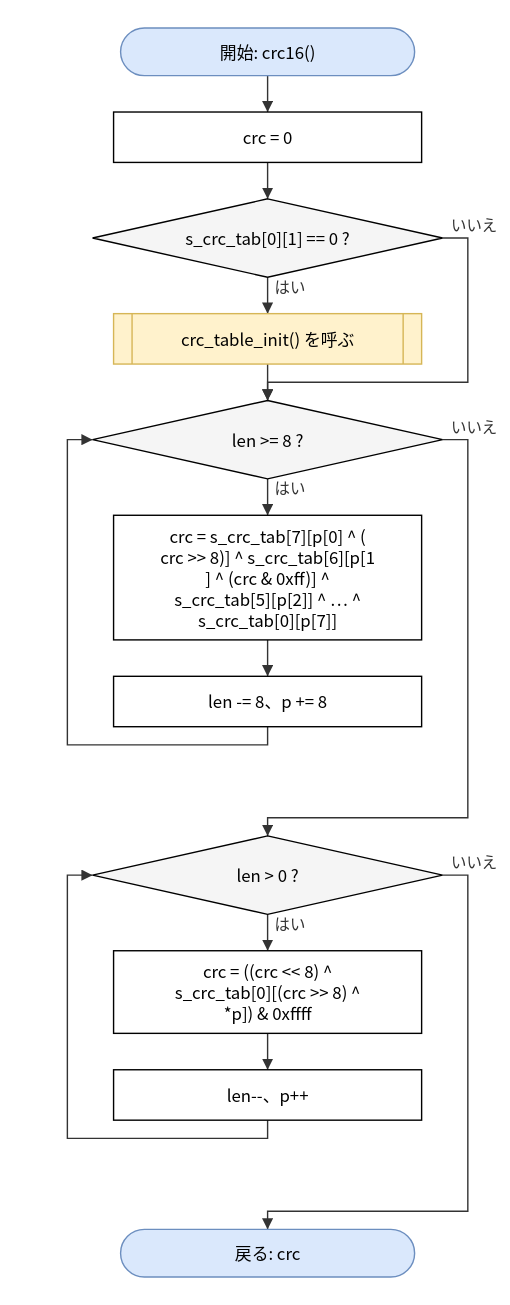
Before: doc/spec/images/flow_src_bfm_dif-crc16.drawio.svg, a diagram exported from draw.io (hf355051012-ai/bfmem). Source tidied: cells renumbered, new cells last; positions are measured from the earlier drawing's top-left corner, leaving out a move shared by most shapes. The source it was exported from:
```xml
<mxGraphModel>
  <root>
    <mxCell id="0" />
    <mxCell id="1" parent="0" />
    <mxCell id="2" value="開始: crc16()" style="rounded=1;arcSize=50;whiteSpace=wrap;html=1;fillColor=#dae8fc;strokeColor=#6c8ebf;" parent="1" vertex="1">
      <mxGeometry x="38" width="210" height="34" as="geometry" />
    </mxCell>
    <mxCell id="3" value="crc = 0" style="rounded=0;whiteSpace=wrap;html=1;" parent="1" vertex="1">
      <mxGeometry x="33" y="60" width="220" height="36" as="geometry" />
    </mxCell>
    <mxCell id="4" value="s_crc_tab[0][1] == 0 ?" style="rhombus;whiteSpace=wrap;html=1;fillColor=#f5f5f5;" parent="1" vertex="1">
      <mxGeometry x="18" y="122" width="250" height="56" as="geometry" />
    </mxCell>
    <mxCell id="5" value="crc_table_init() を呼ぶ" style="shape=process;whiteSpace=wrap;html=1;backgroundOutline=1;size=0.06;fillColor=#fff2cc;strokeColor=#d6b656;" parent="1" vertex="1">
      <mxGeometry x="33" y="204" width="220" height="36" as="geometry" />
    </mxCell>
    <mxCell id="6" value="len &amp;gt;= 8 ?" style="rhombus;whiteSpace=wrap;html=1;fillColor=#f5f5f5;" parent="1" vertex="1">
      <mxGeometry x="18" y="266" width="250" height="56" as="geometry" />
    </mxCell>
    <mxCell id="7" value="crc = s_crc_tab[7][p[0] ^ (&lt;br&gt;crc &amp;gt;&amp;gt; 8)] ^ s_crc_tab[6][p[1&lt;br&gt;] ^ (crc &amp;amp; 0xff)] ^&lt;br&gt;s_crc_tab[5][p[2]] ^ … ^&lt;br&gt;s_crc_tab[0][p[7]]" style="rounded=0;whiteSpace=wrap;html=1;" parent="1" vertex="1">
      <mxGeometry x="33" y="348" width="220" height="89" as="geometry" />
    </mxCell>
    <mxCell id="8" value="len -= 8、p += 8" style="rounded=0;whiteSpace=wrap;html=1;" parent="1" vertex="1">
      <mxGeometry x="33" y="463" width="220" height="36" as="geometry" />
    </mxCell>
    <mxCell id="9" value="len &amp;gt; 0 ?" style="rhombus;whiteSpace=wrap;html=1;fillColor=#f5f5f5;" parent="1" vertex="1">
      <mxGeometry x="18" y="577" width="250" height="56" as="geometry" />
    </mxCell>
    <mxCell id="10" value="crc = ((crc &amp;lt;&amp;lt; 8) ^&lt;br&gt;s_crc_tab[0][(crc &amp;gt;&amp;gt; 8) ^&lt;br&gt;*p]) &amp;amp; 0xffff" style="rounded=0;whiteSpace=wrap;html=1;" parent="1" vertex="1">
      <mxGeometry x="33" y="659" width="220" height="59" as="geometry" />
    </mxCell>
    <mxCell id="11" value="len--、p++" style="rounded=0;whiteSpace=wrap;html=1;" parent="1" vertex="1">
      <mxGeometry x="33" y="744" width="220" height="36" as="geometry" />
    </mxCell>
    <mxCell id="12" value="戻る: crc" style="rounded=1;arcSize=50;whiteSpace=wrap;html=1;fillColor=#dae8fc;strokeColor=#6c8ebf;" parent="1" vertex="1">
      <mxGeometry x="38" y="858" width="210" height="34" as="geometry" />
    </mxCell>
    <mxCell id="13" style="edgeStyle=none;html=1;rounded=0;endArrow=block;endFill=1;exitX=0.5000;exitY=1.0000;exitDx=0;exitDy=0;exitPerimeter=0;entryX=0.5000;entryY=0.0000;entryDx=0;entryDy=0;entryPerimeter=0;" parent="1" edge="1" source="2" target="3">
      <mxGeometry relative="1" as="geometry" />
    </mxCell>
    <mxCell id="14" style="edgeStyle=none;html=1;rounded=0;endArrow=block;endFill=1;exitX=0.5000;exitY=1.0000;exitDx=0;exitDy=0;exitPerimeter=0;entryX=0.5000;entryY=0.0000;entryDx=0;entryDy=0;entryPerimeter=0;" parent="1" edge="1" source="3" target="4">
      <mxGeometry relative="1" as="geometry" />
    </mxCell>
    <mxCell id="15" value="はい" style="edgeStyle=none;html=1;rounded=0;endArrow=block;endFill=1;exitX=0.5000;exitY=1.0000;exitDx=0;exitDy=0;exitPerimeter=0;entryX=0.5000;entryY=0.0000;entryDx=0;entryDy=0;entryPerimeter=0;" parent="1" edge="1" source="4" target="5">
      <mxGeometry relative="1" as="geometry" />
    </mxCell>
    <mxCell id="16" style="edgeStyle=none;html=1;rounded=0;endArrow=block;endFill=1;exitX=0.5000;exitY=1.0000;exitDx=0;exitDy=0;exitPerimeter=0;entryX=0.5000;entryY=0.0000;entryDx=0;entryDy=0;entryPerimeter=0;" parent="1" edge="1" source="5" target="6">
      <mxGeometry relative="1" as="geometry" />
    </mxCell>
    <mxCell id="17" value="いいえ" style="edgeStyle=none;html=1;rounded=0;endArrow=block;endFill=1;exitX=1.0000;exitY=0.5000;exitDx=0;exitDy=0;exitPerimeter=0;entryX=0.5000;entryY=0.0000;entryDx=0;entryDy=0;entryPerimeter=0;" parent="1" edge="1" source="4" target="6">
      <mxGeometry relative="1" as="geometry">
        <Array as="points">
          <mxPoint x="286" y="150" />
          <mxPoint x="286" y="253" />
          <mxPoint x="143" y="253" />
        </Array>
      </mxGeometry>
    </mxCell>
    <mxCell id="18" value="はい" style="edgeStyle=none;html=1;rounded=0;endArrow=block;endFill=1;exitX=0.5000;exitY=1.0000;exitDx=0;exitDy=0;exitPerimeter=0;entryX=0.5000;entryY=0.0000;entryDx=0;entryDy=0;entryPerimeter=0;" parent="1" edge="1" source="6" target="7">
      <mxGeometry relative="1" as="geometry" />
    </mxCell>
    <mxCell id="19" style="edgeStyle=none;html=1;rounded=0;endArrow=block;endFill=1;exitX=0.5000;exitY=1.0000;exitDx=0;exitDy=0;exitPerimeter=0;entryX=0.5000;entryY=0.0000;entryDx=0;entryDy=0;entryPerimeter=0;" parent="1" edge="1" source="7" target="8">
      <mxGeometry relative="1" as="geometry" />
    </mxCell>
    <mxCell id="20" style="edgeStyle=none;html=1;rounded=0;endArrow=block;endFill=1;exitX=0.5000;exitY=1.0000;exitDx=0;exitDy=0;exitPerimeter=0;entryX=0.0000;entryY=0.5000;entryDx=0;entryDy=0;entryPerimeter=0;" parent="1" edge="1" source="8" target="6">
      <mxGeometry relative="1" as="geometry">
        <Array as="points">
          <mxPoint x="143" y="512" />
          <mxPoint y="512" />
          <mxPoint y="294" />
        </Array>
      </mxGeometry>
    </mxCell>
    <mxCell id="21" value="いいえ" style="edgeStyle=none;html=1;rounded=0;endArrow=block;endFill=1;exitX=1.0000;exitY=0.5000;exitDx=0;exitDy=0;exitPerimeter=0;entryX=0.5000;entryY=0.0000;entryDx=0;entryDy=0;entryPerimeter=0;" parent="1" edge="1" source="6" target="9">
      <mxGeometry relative="1" as="geometry">
        <Array as="points">
          <mxPoint x="286" y="294" />
          <mxPoint x="286" y="564" />
          <mxPoint x="143" y="564" />
        </Array>
      </mxGeometry>
    </mxCell>
    <mxCell id="22" value="はい" style="edgeStyle=none;html=1;rounded=0;endArrow=block;endFill=1;exitX=0.5000;exitY=1.0000;exitDx=0;exitDy=0;exitPerimeter=0;entryX=0.5000;entryY=0.0000;entryDx=0;entryDy=0;entryPerimeter=0;" parent="1" edge="1" source="9" target="10">
      <mxGeometry relative="1" as="geometry" />
    </mxCell>
    <mxCell id="23" style="edgeStyle=none;html=1;rounded=0;endArrow=block;endFill=1;exitX=0.5000;exitY=1.0000;exitDx=0;exitDy=0;exitPerimeter=0;entryX=0.5000;entryY=0.0000;entryDx=0;entryDy=0;entryPerimeter=0;" parent="1" edge="1" source="10" target="11">
      <mxGeometry relative="1" as="geometry" />
    </mxCell>
    <mxCell id="24" style="edgeStyle=none;html=1;rounded=0;endArrow=block;endFill=1;exitX=0.5000;exitY=1.0000;exitDx=0;exitDy=0;exitPerimeter=0;entryX=0.0000;entryY=0.5000;entryDx=0;entryDy=0;entryPerimeter=0;" parent="1" edge="1" source="11" target="9">
      <mxGeometry relative="1" as="geometry">
        <Array as="points">
          <mxPoint x="143" y="793" />
          <mxPoint y="793" />
          <mxPoint y="605" />
        </Array>
      </mxGeometry>
    </mxCell>
    <mxCell id="25" value="いいえ" style="edgeStyle=none;html=1;rounded=0;endArrow=block;endFill=1;exitX=1.0000;exitY=0.5000;exitDx=0;exitDy=0;exitPerimeter=0;entryX=0.5000;entryY=0.0000;entryDx=0;entryDy=0;entryPerimeter=0;" parent="1" edge="1" source="9" target="12">
      <mxGeometry relative="1" as="geometry">
        <Array as="points">
          <mxPoint x="286" y="605" />
          <mxPoint x="286" y="845" />
          <mxPoint x="143" y="845" />
        </Array>
      </mxGeometry>
    </mxCell>
  </root>
</mxGraphModel>
```
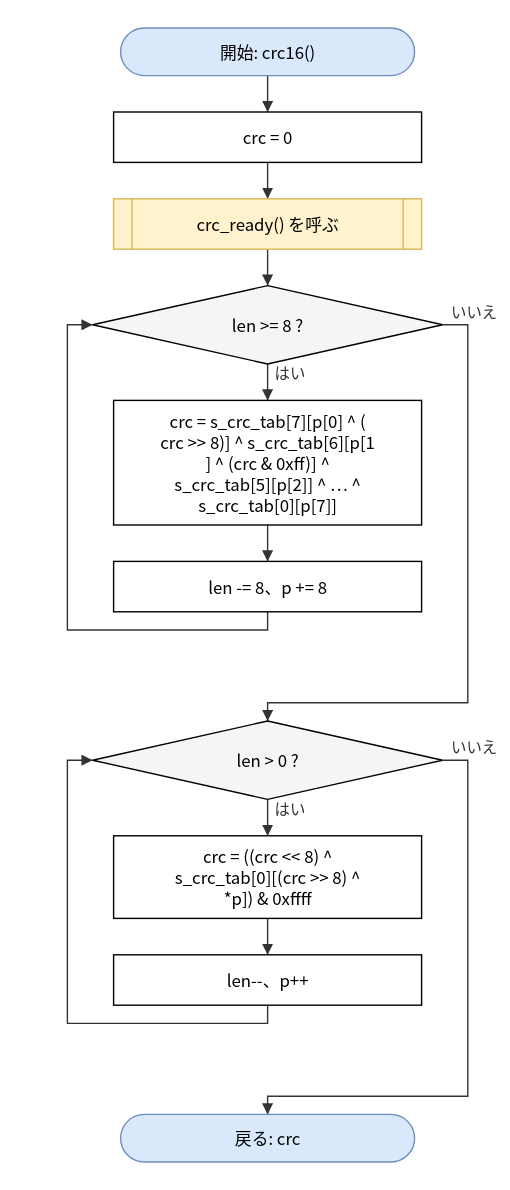
The same diagram one commit later.

The edit, as a diff of the source:
```diff
@@ -8,101 +8,86 @@
     <mxCell id="3" value="crc = 0" style="rounded=0;whiteSpace=wrap;html=1;" parent="1" vertex="1">
       <mxGeometry x="33" y="60" width="220" height="36" as="geometry" />
     </mxCell>
-    <mxCell id="4" value="s_crc_tab[0][1] == 0 ?" style="rhombus;whiteSpace=wrap;html=1;fillColor=#f5f5f5;" parent="1" vertex="1">
-      <mxGeometry x="18" y="122" width="250" height="56" as="geometry" />
+    <mxCell id="4" value="crc_ready() を呼ぶ" style="shape=process;whiteSpace=wrap;html=1;backgroundOutline=1;size=0.06;fillColor=#fff2cc;strokeColor=#d6b656;" parent="1" vertex="1">
+      <mxGeometry x="33" y="122" width="220" height="36" as="geometry" />
     </mxCell>
-    <mxCell id="5" value="crc_table_init() を呼ぶ" style="shape=process;whiteSpace=wrap;html=1;backgroundOutline=1;size=0.06;fillColor=#fff2cc;strokeColor=#d6b656;" parent="1" vertex="1">
-      <mxGeometry x="33" y="204" width="220" height="36" as="geometry" />
+    <mxCell id="5" value="len &amp;gt;= 8 ?" style="rhombus;whiteSpace=wrap;html=1;fillColor=#f5f5f5;" parent="1" vertex="1">
+      <mxGeometry x="18" y="184" width="250" height="56" as="geometry" />
     </mxCell>
-    <mxCell id="6" value="len &amp;gt;= 8 ?" style="rhombus;whiteSpace=wrap;html=1;fillColor=#f5f5f5;" parent="1" vertex="1">
-      <mxGeometry x="18" y="266" width="250" height="56" as="geometry" />
+    <mxCell id="6" value="crc = s_crc_tab[7][p[0] ^ (&lt;br&gt;crc &amp;gt;&amp;gt; 8)] ^ s_crc_tab[6][p[1&lt;br&gt;] ^ (crc &amp;amp; 0xff)] ^&lt;br&gt;s_crc_tab[5][p[2]] ^ … ^&lt;br&gt;s_crc_tab[0][p[7]]" style="rounded=0;whiteSpace=wrap;html=1;" parent="1" vertex="1">
+      <mxGeometry x="33" y="266" width="220" height="89" as="geometry" />
     </mxCell>
-    <mxCell id="7" value="crc = s_crc_tab[7][p[0] ^ (&lt;br&gt;crc &amp;gt;&amp;gt; 8)] ^ s_crc_tab[6][p[1&lt;br&gt;] ^ (crc &amp;amp; 0xff)] ^&lt;br&gt;s_crc_tab[5][p[2]] ^ … ^&lt;br&gt;s_crc_tab[0][p[7]]" style="rounded=0;whiteSpace=wrap;html=1;" parent="1" vertex="1">
-      <mxGeometry x="33" y="348" width="220" height="89" as="geometry" />
+    <mxCell id="7" value="len -= 8、p += 8" style="rounded=0;whiteSpace=wrap;html=1;" parent="1" vertex="1">
+      <mxGeometry x="33" y="381" width="220" height="36" as="geometry" />
     </mxCell>
-    <mxCell id="8" value="len -= 8、p += 8" style="rounded=0;whiteSpace=wrap;html=1;" parent="1" vertex="1">
-      <mxGeometry x="33" y="463" width="220" height="36" as="geometry" />
+    <mxCell id="8" value="len &amp;gt; 0 ?" style="rhombus;whiteSpace=wrap;html=1;fillColor=#f5f5f5;" parent="1" vertex="1">
+      <mxGeometry x="18" y="495" width="250" height="56" as="geometry" />
     </mxCell>
-    <mxCell id="9" value="len &amp;gt; 0 ?" style="rhombus;whiteSpace=wrap;html=1;fillColor=#f5f5f5;" parent="1" vertex="1">
-      <mxGeometry x="18" y="577" width="250" height="56" as="geometry" />
+    <mxCell id="9" value="crc = ((crc &amp;lt;&amp;lt; 8) ^&lt;br&gt;s_crc_tab[0][(crc &amp;gt;&amp;gt; 8) ^&lt;br&gt;*p]) &amp;amp; 0xffff" style="rounded=0;whiteSpace=wrap;html=1;" parent="1" vertex="1">
+      <mxGeometry x="33" y="577" width="220" height="59" as="geometry" />
     </mxCell>
-    <mxCell id="10" value="crc = ((crc &amp;lt;&amp;lt; 8) ^&lt;br&gt;s_crc_tab[0][(crc &amp;gt;&amp;gt; 8) ^&lt;br&gt;*p]) &amp;amp; 0xffff" style="rounded=0;whiteSpace=wrap;html=1;" parent="1" vertex="1">
-      <mxGeometry x="33" y="659" width="220" height="59" as="geometry" />
+    <mxCell id="10" value="len--、p++" style="rounded=0;whiteSpace=wrap;html=1;" parent="1" vertex="1">
+      <mxGeometry x="33" y="662" width="220" height="36" as="geometry" />
     </mxCell>
-    <mxCell id="11" value="len--、p++" style="rounded=0;whiteSpace=wrap;html=1;" parent="1" vertex="1">
-      <mxGeometry x="33" y="744" width="220" height="36" as="geometry" />
+    <mxCell id="11" value="戻る: crc" style="rounded=1;arcSize=50;whiteSpace=wrap;html=1;fillColor=#dae8fc;strokeColor=#6c8ebf;" parent="1" vertex="1">
+      <mxGeometry x="38" y="776" width="210" height="34" as="geometry" />
     </mxCell>
-    <mxCell id="12" value="戻る: crc" style="rounded=1;arcSize=50;whiteSpace=wrap;html=1;fillColor=#dae8fc;strokeColor=#6c8ebf;" parent="1" vertex="1">
-      <mxGeometry x="38" y="858" width="210" height="34" as="geometry" />
-    </mxCell>
     <mxCell id="13" style="edgeStyle=none;html=1;rounded=0;endArrow=block;endFill=1;exitX=0.5000;exitY=1.0000;exitDx=0;exitDy=0;exitPerimeter=0;entryX=0.5000;entryY=0.0000;entryDx=0;entryDy=0;entryPerimeter=0;" parent="1" edge="1" source="2" target="3">
       <mxGeometry relative="1" as="geometry" />
     </mxCell>
     <mxCell id="14" style="edgeStyle=none;html=1;rounded=0;endArrow=block;endFill=1;exitX=0.5000;exitY=1.0000;exitDx=0;exitDy=0;exitPerimeter=0;entryX=0.5000;entryY=0.0000;entryDx=0;entryDy=0;entryPerimeter=0;" parent="1" edge="1" source="3" target="4">
       <mxGeometry relative="1" as="geometry" />
     </mxCell>
-    <mxCell id="15" value="はい" style="edgeStyle=none;html=1;rounded=0;endArrow=block;endFill=1;exitX=0.5000;exitY=1.0000;exitDx=0;exitDy=0;exitPerimeter=0;entryX=0.5000;entryY=0.0000;entryDx=0;entryDy=0;entryPerimeter=0;" parent="1" edge="1" source="4" target="5">
+    <mxCell id="15" style="edgeStyle=none;html=1;rounded=0;endArrow=block;endFill=1;exitX=0.5000;exitY=1.0000;exitDx=0;exitDy=0;exitPerimeter=0;entryX=0.5000;entryY=0.0000;entryDx=0;entryDy=0;entryPerimeter=0;" parent="1" edge="1" source="4" target="5">
       <mxGeometry relative="1" as="geometry" />
     </mxCell>
-    <mxCell id="16" style="edgeStyle=none;html=1;rounded=0;endArrow=block;endFill=1;exitX=0.5000;exitY=1.0000;exitDx=0;exitDy=0;exitPerimeter=0;entryX=0.5000;entryY=0.0000;entryDx=0;entryDy=0;entryPerimeter=0;" parent="1" edge="1" source="5" target="6">
+    <mxCell id="16" value="はい" style="edgeStyle=none;html=1;rounded=0;endArrow=block;endFill=1;exitX=0.5000;exitY=1.0000;exitDx=0;exitDy=0;exitPerimeter=0;entryX=0.5000;entryY=0.0000;entryDx=0;entryDy=0;entryPerimeter=0;" parent="1" edge="1" source="5" target="6">
       <mxGeometry relative="1" as="geometry" />
     </mxCell>
-    <mxCell id="17" value="いいえ" style="edgeStyle=none;html=1;rounded=0;endArrow=block;endFill=1;exitX=1.0000;exitY=0.5000;exitDx=0;exitDy=0;exitPerimeter=0;entryX=0.5000;entryY=0.0000;entryDx=0;entryDy=0;entryPerimeter=0;" parent="1" edge="1" source="4" target="6">
-      <mxGeometry relative="1" as="geometry">
-        <Array as="points">
-          <mxPoint x="286" y="150" />
-          <mxPoint x="286" y="253" />
-          <mxPoint x="143" y="253" />
-        </Array>
-      </mxGeometry>
+    <mxCell id="17" style="edgeStyle=none;html=1;rounded=0;endArrow=block;endFill=1;exitX=0.5000;exitY=1.0000;exitDx=0;exitDy=0;exitPerimeter=0;entryX=0.5000;entryY=0.0000;entryDx=0;entryDy=0;entryPerimeter=0;" parent="1" edge="1" source="6" target="7">
+      <mxGeometry relative="1" as="geometry" />
     </mxCell>
-    <mxCell id="18" value="はい" style="edgeStyle=none;html=1;rounded=0;endArrow=block;endFill=1;exitX=0.5000;exitY=1.0000;exitDx=0;exitDy=0;exitPerimeter=0;entryX=0.5000;entryY=0.0000;entryDx=0;entryDy=0;entryPerimeter=0;" parent="1" edge="1" source="6" target="7">
-      <mxGeometry relative="1" as="geometry" />
+    <mxCell id="18" style="edgeStyle=none;html=1;rounded=0;endArrow=block;endFill=1;exitX=0.5000;exitY=1.0000;exitDx=0;exitDy=0;exitPerimeter=0;entryX=0.0000;entryY=0.5000;entryDx=0;entryDy=0;entryPerimeter=0;" parent="1" edge="1" source="7" target="5">
+      <mxGeometry relative="1" as="geometry">
+        <Array as="points">
+          <mxPoint x="143" y="430" />
+          <mxPoint y="430" />
+          <mxPoint y="212" />
+        </Array>
+      </mxGeometry>
     </mxCell>
-    <mxCell id="19" style="edgeStyle=none;html=1;rounded=0;endArrow=block;endFill=1;exitX=0.5000;exitY=1.0000;exitDx=0;exitDy=0;exitPerimeter=0;entryX=0.5000;entryY=0.0000;entryDx=0;entryDy=0;entryPerimeter=0;" parent="1" edge="1" source="7" target="8">
-      <mxGeometry relative="1" as="geometry" />
+    <mxCell id="19" value="いいえ" style="edgeStyle=none;html=1;rounded=0;endArrow=block;endFill=1;exitX=1.0000;exitY=0.5000;exitDx=0;exitDy=0;exitPerimeter=0;entryX=0.5000;entryY=0.0000;entryDx=0;entryDy=0;entryPerimeter=0;" parent="1" edge="1" source="5" target="8">
+      <mxGeometry relative="1" as="geometry">
+        <Array as="points">
+          <mxPoint x="286" y="212" />
+          <mxPoint x="286" y="482" />
+          <mxPoint x="143" y="482" />
+        </Array>
+      </mxGeometry>
     </mxCell>
-    <mxCell id="20" style="edgeStyle=none;html=1;rounded=0;endArrow=block;endFill=1;exitX=0.5000;exitY=1.0000;exitDx=0;exitDy=0;exitPerimeter=0;entryX=0.0000;entryY=0.5000;entryDx=0;entryDy=0;entryPerimeter=0;" parent="1" edge="1" source="8" target="6">
-      <mxGeometry relative="1" as="geometry">
-        <Array as="points">
-          <mxPoint x="143" y="512" />
-          <mxPoint y="512" />
-          <mxPoint y="294" />
-        </Array>
-      </mxGeometry>
+    <mxCell id="20" value="はい" style="edgeStyle=none;html=1;rounded=0;endArrow=block;endFill=1;exitX=0.5000;exitY=1.0000;exitDx=0;exitDy=0;exitPerimeter=0;entryX=0.5000;entryY=0.0000;entryDx=0;entryDy=0;entryPerimeter=0;" parent="1" edge="1" source="8" target="9">
+      <mxGeometry relative="1" as="geometry" />
     </mxCell>
-    <mxCell id="21" value="いいえ" style="edgeStyle=none;html=1;rounded=0;endArrow=block;endFill=1;exitX=1.0000;exitY=0.5000;exitDx=0;exitDy=0;exitPerimeter=0;entryX=0.5000;entryY=0.0000;entryDx=0;entryDy=0;entryPerimeter=0;" parent="1" edge="1" source="6" target="9">
-      <mxGeometry relative="1" as="geometry">
-        <Array as="points">
-          <mxPoint x="286" y="294" />
-          <mxPoint x="286" y="564" />
-          <mxPoint x="143" y="564" />
-        </Array>
-      </mxGeometry>
+    <mxCell id="21" style="edgeStyle=none;html=1;rounded=0;endArrow=block;endFill=1;exitX=0.5000;exitY=1.0000;exitDx=0;exitDy=0;exitPerimeter=0;entryX=0.5000;entryY=0.0000;entryDx=0;entryDy=0;entryPerimeter=0;" parent="1" edge="1" source="9" target="10">
+      <mxGeometry relative="1" as="geometry" />
     </mxCell>
-    <mxCell id="22" value="はい" style="edgeStyle=none;html=1;rounded=0;endArrow=block;endFill=1;exitX=0.5000;exitY=1.0000;exitDx=0;exitDy=0;exitPerimeter=0;entryX=0.5000;entryY=0.0000;entryDx=0;entryDy=0;entryPerimeter=0;" parent="1" edge="1" source="9" target="10">
-      <mxGeometry relative="1" as="geometry" />
+    <mxCell id="22" style="edgeStyle=none;html=1;rounded=0;endArrow=block;endFill=1;exitX=0.5000;exitY=1.0000;exitDx=0;exitDy=0;exitPerimeter=0;entryX=0.0000;entryY=0.5000;entryDx=0;entryDy=0;entryPerimeter=0;" parent="1" edge="1" source="10" target="8">
+      <mxGeometry relative="1" as="geometry">
+        <Array as="points">
+          <mxPoint x="143" y="711" />
+          <mxPoint y="711" />
+          <mxPoint y="523" />
+        </Array>
+      </mxGeometry>
     </mxCell>
-    <mxCell id="23" style="edgeStyle=none;html=1;rounded=0;endArrow=block;endFill=1;exitX=0.5000;exitY=1.0000;exitDx=0;exitDy=0;exitPerimeter=0;entryX=0.5000;entryY=0.0000;entryDx=0;entryDy=0;entryPerimeter=0;" parent="1" edge="1" source="10" target="11">
-      <mxGeometry relative="1" as="geometry" />
+    <mxCell id="23" value="いいえ" style="edgeStyle=none;html=1;rounded=0;endArrow=block;endFill=1;exitX=1.0000;exitY=0.5000;exitDx=0;exitDy=0;exitPerimeter=0;entryX=0.5000;entryY=0.0000;entryDx=0;entryDy=0;entryPerimeter=0;" parent="1" edge="1" source="8" target="11">
+      <mxGeometry relative="1" as="geometry">
+        <Array as="points">
+          <mxPoint x="286" y="523" />
+          <mxPoint x="286" y="763" />
+          <mxPoint x="143" y="763" />
+        </Array>
+      </mxGeometry>
     </mxCell>
-    <mxCell id="24" style="edgeStyle=none;html=1;rounded=0;endArrow=block;endFill=1;exitX=0.5000;exitY=1.0000;exitDx=0;exitDy=0;exitPerimeter=0;entryX=0.0000;entryY=0.5000;entryDx=0;entryDy=0;entryPerimeter=0;" parent="1" edge="1" source="11" target="9">
-      <mxGeometry relative="1" as="geometry">
-        <Array as="points">
-          <mxPoint x="143" y="793" />
-          <mxPoint y="793" />
-          <mxPoint y="605" />
-        </Array>
-      </mxGeometry>
-    </mxCell>
-    <mxCell id="25" value="いいえ" style="edgeStyle=none;html=1;rounded=0;endArrow=block;endFill=1;exitX=1.0000;exitY=0.5000;exitDx=0;exitDy=0;exitPerimeter=0;entryX=0.5000;entryY=0.0000;entryDx=0;entryDy=0;entryPerimeter=0;" parent="1" edge="1" source="9" target="12">
-      <mxGeometry relative="1" as="geometry">
-        <Array as="points">
-          <mxPoint x="286" y="605" />
-          <mxPoint x="286" y="845" />
-          <mxPoint x="143" y="845" />
-        </Array>
-      </mxGeometry>
-    </mxCell>
   </root>
 </mxGraphModel>
```
